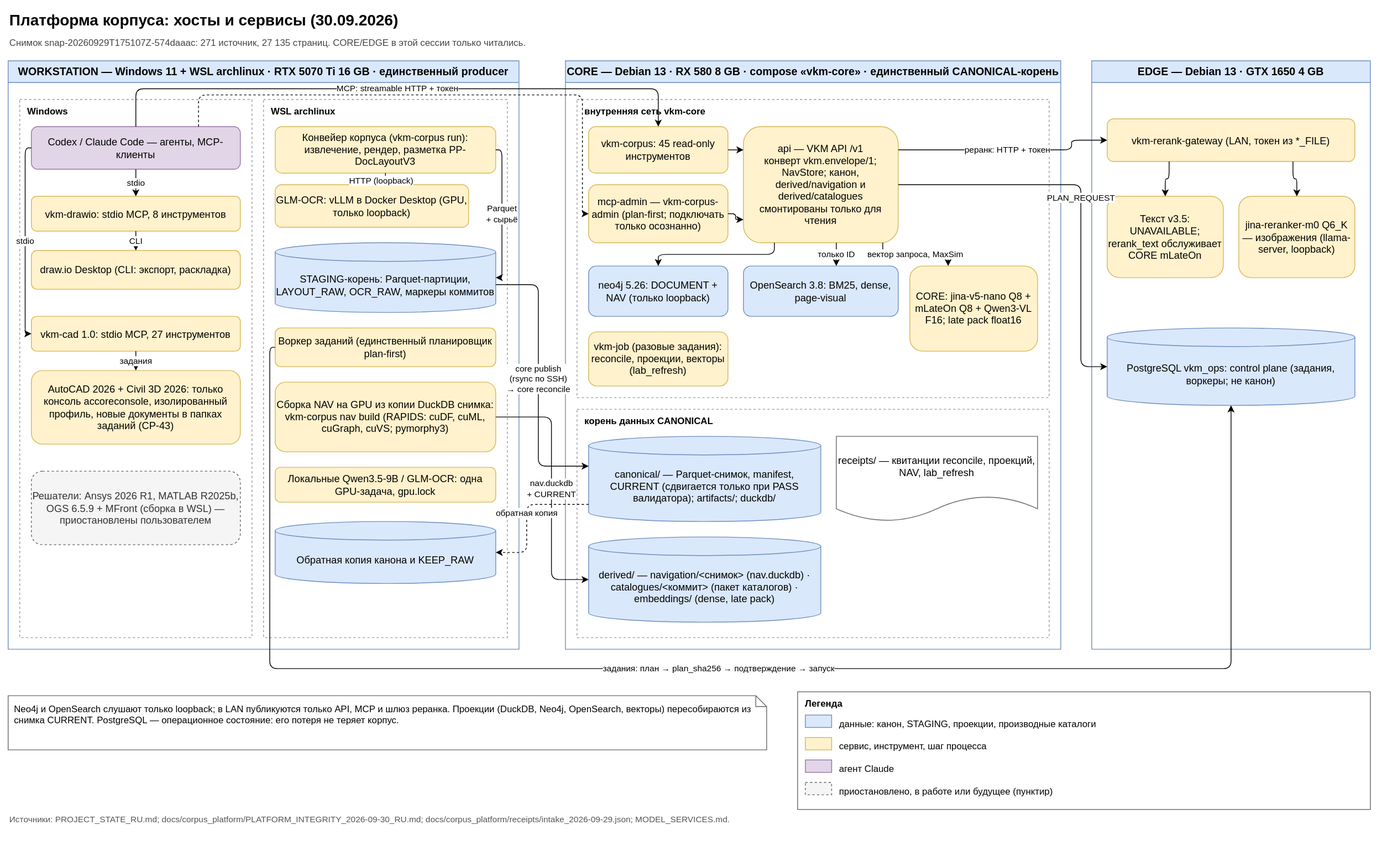
Above: docs/diagrams/platform_hosts.svg in SUKUNA-AI/vkm-subsidence-forecasting (draw.io), before the change. Source tidied: cells renumbered, new cells last; positions are measured from the earlier drawing's top-left corner, leaving out a move shared by most shapes.
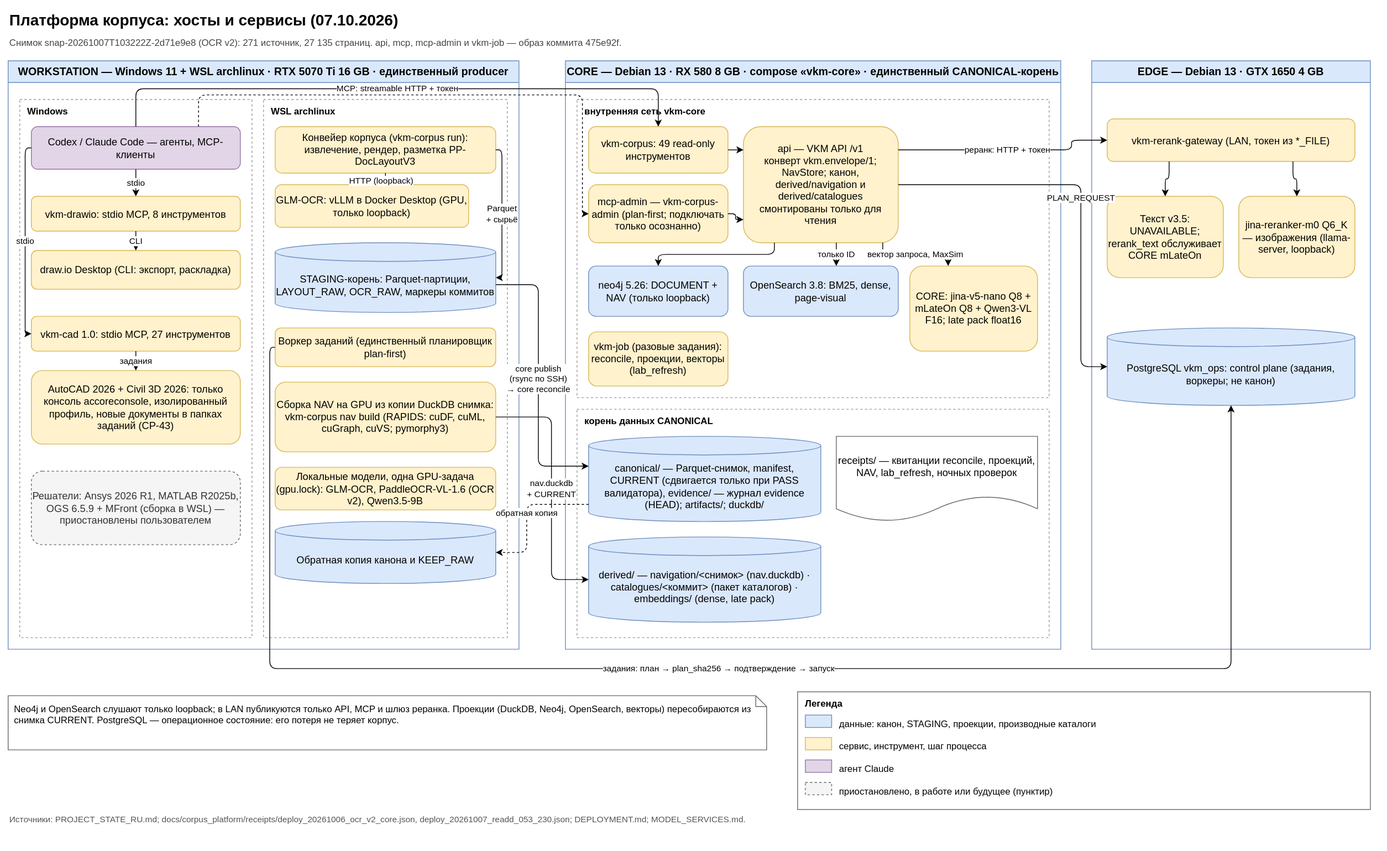
Above is the later version.

The edit, as a diff of the source:
```diff
@@ -2,10 +2,10 @@
   <root>
     <mxCell id="0" />
     <mxCell id="1" parent="0" />
-    <mxCell id="2" value="Платформа корпуса: хосты и сервисы (30.09.2026)" style="text;align=left;fontSize=20;fontStyle=1;html=1;verticalAlign=middle;whiteSpace=wrap;" parent="1" vertex="1">
+    <mxCell id="2" value="Платформа корпуса: хосты и сервисы (07.10.2026)" style="text;align=left;fontSize=20;fontStyle=1;html=1;verticalAlign=middle;whiteSpace=wrap;" parent="1" vertex="1">
       <mxGeometry width="1760" height="30" as="geometry" />
     </mxCell>
-    <mxCell id="3" value="Снимок snap-20260929T175107Z-574daaac: 271 источник, 27 135 страниц. CORE/EDGE в этой сессии только читались." style="text;align=left;fontColor=#444444;fontSize=12;html=1;verticalAlign=middle;whiteSpace=wrap;" parent="1" vertex="1">
+    <mxCell id="3" value="Снимок snap-20261007T103222Z-2d71e9e8 (OCR v2): 271 источник, 27 135 страниц. api, mcp, mcp-admin и vkm-job — образ коммита 475e92f." style="text;align=left;fontColor=#444444;fontSize=12;html=1;verticalAlign=middle;whiteSpace=wrap;" parent="1" vertex="1">
       <mxGeometry y="32" width="1760" height="25" as="geometry" />
     </mxCell>
     <mxCell id="4" value="WORKSTATION — Windows 11 + WSL archlinux · RTX 5070 Ti 16 GB · единственный producer" style="swimlane;fillColor=#dae8fc;fontSize=14;fontStyle=1;html=1;rounded=0;startSize=28;strokeColor=#6c8ebf;swimlaneFillColor=#ffffff;whiteSpace=wrap;" parent="1" vertex="1">
@@ -50,8 +50,8 @@
     <mxCell id="17" value="Сборка NAV на GPU из копии DuckDB снимка: vkm-corpus nav build (RAPIDS: cuDF, cuML, cuGraph, cuVS; pymorphy3)" style="fillColor=#fff2cc;fontSize=13;html=1;rounded=1;strokeColor=#d6b656;whiteSpace=wrap;" parent="12" vertex="1">
       <mxGeometry x="15" y="365" width="285" height="90" as="geometry" />
     </mxCell>
-    <mxCell id="18" value="Локальные Qwen3.5-9B / GLM-OCR: одна GPU-задача, gpu.lock" style="fillColor=#fff2cc;fontSize=13;html=1;rounded=1;strokeColor=#d6b656;whiteSpace=wrap;" parent="12" vertex="1">
-      <mxGeometry x="15" y="475" width="285" height="45" as="geometry" />
+    <mxCell id="18" value="Локальные модели, одна GPU-задача (gpu.lock): GLM-OCR, PaddleOCR-VL-1.6 (OCR v2), Qwen3.5-9B" style="fillColor=#fff2cc;fontSize=13;html=1;rounded=1;strokeColor=#d6b656;whiteSpace=wrap;" parent="12" vertex="1">
+      <mxGeometry x="15" y="475" width="285" height="55" as="geometry" />
     </mxCell>
     <mxCell id="19" value="Обратная копия канона и KEEP_RAW" style="backgroundOutline=1;boundedLbl=1;fillColor=#dae8fc;fontSize=13;html=1;shape=cylinder3;size=12;strokeColor=#6c8ebf;whiteSpace=wrap;" parent="12" vertex="1">
       <mxGeometry x="15" y="545" width="285" height="80" as="geometry" />
@@ -62,7 +62,7 @@
     <mxCell id="21" value="внутренняя сеть vkm-core" style="align=left;dashed=1;fillColor=none;fontSize=12;fontStyle=1;html=1;rounded=0;spacingLeft=8;spacingTop=2;strokeColor=#999999;verticalAlign=top;whiteSpace=wrap;" parent="20" vertex="1">
       <mxGeometry x="15" y="50" width="610" height="385" as="geometry" />
     </mxCell>
-    <mxCell id="22" value="vkm-corpus: 45 read-only инструментов" style="fillColor=#fff2cc;fontSize=13;html=1;rounded=1;strokeColor=#d6b656;whiteSpace=wrap;" parent="21" vertex="1">
+    <mxCell id="22" value="vkm-corpus: 49 read-only инструментов" style="fillColor=#fff2cc;fontSize=13;html=1;rounded=1;strokeColor=#d6b656;whiteSpace=wrap;" parent="21" vertex="1">
       <mxGeometry x="15" y="35" width="180" height="60" as="geometry" />
     </mxCell>
     <mxCell id="23" value="mcp-admin — vkm-corpus-admin (plan-first; подключать только осознанно)" style="fillColor=#fff2cc;fontSize=13;html=1;rounded=1;strokeColor=#d6b656;whiteSpace=wrap;" parent="21" vertex="1">
@@ -86,13 +86,13 @@
     <mxCell id="29" value="корень данных CANONICAL" style="align=left;dashed=1;fillColor=none;fontSize=12;fontStyle=1;html=1;rounded=0;spacingLeft=8;spacingTop=2;strokeColor=#999999;verticalAlign=top;whiteSpace=wrap;" parent="20" vertex="1">
       <mxGeometry x="15" y="450" width="610" height="295" as="geometry" />
     </mxCell>
-    <mxCell id="30" value="canonical/ — Parquet-снимок, manifest, CURRENT (сдвигается только при PASS валидатора); artifacts/; duckdb/" style="backgroundOutline=1;boundedLbl=1;fillColor=#dae8fc;fontSize=13;html=1;shape=cylinder3;size=12;strokeColor=#6c8ebf;whiteSpace=wrap;" parent="29" vertex="1">
+    <mxCell id="30" value="canonical/ — Parquet-снимок, manifest, CURRENT (сдвигается только при PASS валидатора), evidence/ — журнал evidence (HEAD); artifacts/; duckdb/" style="backgroundOutline=1;boundedLbl=1;fillColor=#dae8fc;fontSize=13;html=1;shape=cylinder3;size=12;strokeColor=#6c8ebf;whiteSpace=wrap;" parent="29" vertex="1">
       <mxGeometry x="15" y="35" width="300" height="110" as="geometry" />
     </mxCell>
     <mxCell id="31" value="derived/ — navigation/&amp;lt;снимок&amp;gt; (nav.duckdb) · catalogues/&amp;lt;коммит&amp;gt; (пакет каталогов) · embeddings/ (dense, late pack)" style="backgroundOutline=1;boundedLbl=1;fillColor=#dae8fc;fontSize=13;html=1;shape=cylinder3;size=12;strokeColor=#6c8ebf;whiteSpace=wrap;" parent="29" vertex="1">
       <mxGeometry x="15" y="165" width="300" height="110" as="geometry" />
     </mxCell>
-    <mxCell id="32" value="receipts/ — квитанции reconcile, проекций, NAV, lab_refresh" style="boundedLbl=1;fillColor=#ffffff;fontSize=13;html=1;shape=document;strokeColor=#666666;whiteSpace=wrap;" parent="29" vertex="1">
+    <mxCell id="32" value="receipts/ — квитанции reconcile, проекций, NAV, lab_refresh, ночных проверок" style="boundedLbl=1;fillColor=#ffffff;fontSize=13;html=1;shape=document;strokeColor=#666666;whiteSpace=wrap;" parent="29" vertex="1">
       <mxGeometry x="335" y="35" width="260" height="110" as="geometry" />
     </mxCell>
     <mxCell id="33" value="EDGE — Debian 13 · GTX 1650 4 GB" style="swimlane;fillColor=#dae8fc;fontSize=14;fontStyle=1;html=1;rounded=0;startSize=28;strokeColor=#6c8ebf;swimlaneFillColor=#ffffff;whiteSpace=wrap;" parent="1" vertex="1">
@@ -140,7 +140,7 @@
     <mxCell id="47" value="приостановлено, в работе или будущее (пунктир)" style="text;align=left;fontSize=12;html=1;verticalAlign=top;whiteSpace=wrap;" parent="39" vertex="1">
       <mxGeometry x="52" y="115" width="680" height="25" as="geometry" />
     </mxCell>
-    <mxCell id="48" value="Источники: PROJECT_STATE_RU.md; docs/corpus_platform/PLATFORM_INTEGRITY_2026-09-30_RU.md; docs/corpus_platform/receipts/intake_2026-09-29.json; MODEL_SERVICES.md." style="text;align=left;fontColor=#555555;fontSize=11;html=1;verticalAlign=middle;whiteSpace=wrap;" parent="1" vertex="1">
+    <mxCell id="48" value="Источники: PROJECT_STATE_RU.md; docs/corpus_platform/receipts/deploy_20261006_ocr_v2_core.json, deploy_20261007_readd_053_230.json; DEPLOYMENT.md; MODEL_SERVICES.md." style="text;align=left;fontColor=#555555;fontSize=11;html=1;verticalAlign=middle;whiteSpace=wrap;" parent="1" vertex="1">
       <mxGeometry y="1028" width="1760" height="40" as="geometry" />
     </mxCell>
     <mxCell id="49" value="stdio" style="edgeStyle=orthogonalEdgeStyle;endArrow=classic;entryDx=0;entryDy=0;entryX=0.5;entryY=0;exitDx=0;exitDy=0;exitX=0.5;exitY=1;fontSize=11;html=1;labelBackgroundColor=#ffffff;rounded=1;" parent="1" edge="1" source="6" target="7">
```
